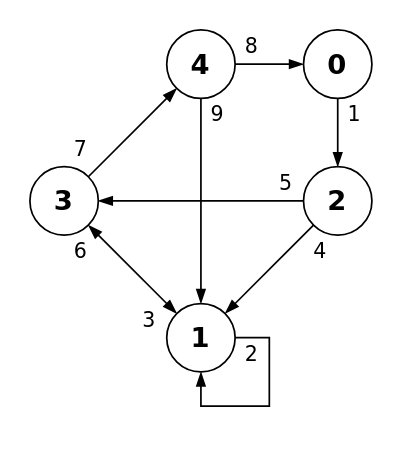
i-s-m-mipt/Education keeps this draw.io diagram as projects/examples/source/section_12/directed_weighted.drawio. Above is the earlier version. Source tidied: cells renumbered, new cells numbered last; positions are measured from the earlier drawing's top-left corner, leaving out a move shared by most shapes. Both pictures are drawn from the tidied source at 171%, with x=0, y=0 at pixel (29, 29).
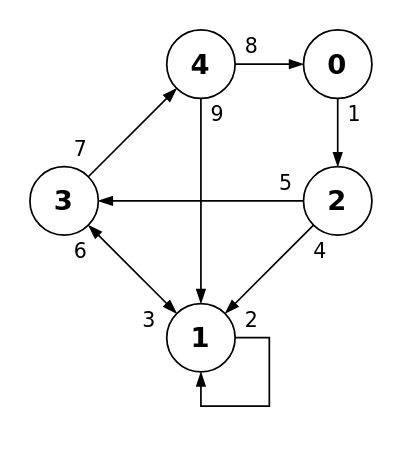
The same page after the edit.

Commit message (it also covers changes not shown here):
Доработана схема directed_weighted.

The change refers to these unchanged cells:
```xml
<mxCell id="4" value="&lt;font size=&quot;1&quot; face=&quot;Verdana&quot;&gt;&lt;b style=&quot;font-size: 16px;&quot;&gt;1&lt;/b&gt;&lt;/font&gt;" style="ellipse;whiteSpace=wrap;html=1;" parent="1" vertex="1">
  <mxGeometry x="80" y="160" width="40" height="40" as="geometry" />
</mxCell>
```

The edit, as a diff of the source:
```diff
@@
-    <mxCell id="14" style="endArrow=blockThin;html=1;rounded=0;exitX=1;exitY=0.5;exitDx=0;exitDy=0;entryX=0.5;entryY=1;entryDx=0;entryDy=0;endFill=1;" parent="1" edge="1" source="4" target="4">
+    <mxCell id="14" style="endArrow=blockThin;html=1;rounded=0;exitX=1;exitY=0.5;exitDx=0;exitDy=0;endFill=1;comic=0;curved=0;entryX=0.5;entryY=1;entryDx=0;entryDy=0;" parent="1" edge="1" source="4" target="4">
       <mxGeometry relative="1" as="geometry">
         <Array as="points">
           <mxPoint x="140" y="180" />
+          <mxPoint x="140" y="200" />
           <mxPoint x="140" y="220" />
           <mxPoint x="100" y="220" />
         </Array>
       </mxGeometry>
     </mxCell>
@@
     <mxCell id="16" value="&lt;font face=&quot;Verdana&quot;&gt;2&lt;/font&gt;" style="text;html=1;align=center;verticalAlign=middle;whiteSpace=wrap;rounded=0;" parent="1" vertex="1">
-      <mxGeometry x="120" y="180" width="20" height="20" as="geometry" />
+      <mxGeometry x="120" y="160" width="20" height="20" as="geometry" />
     </mxCell>
```
